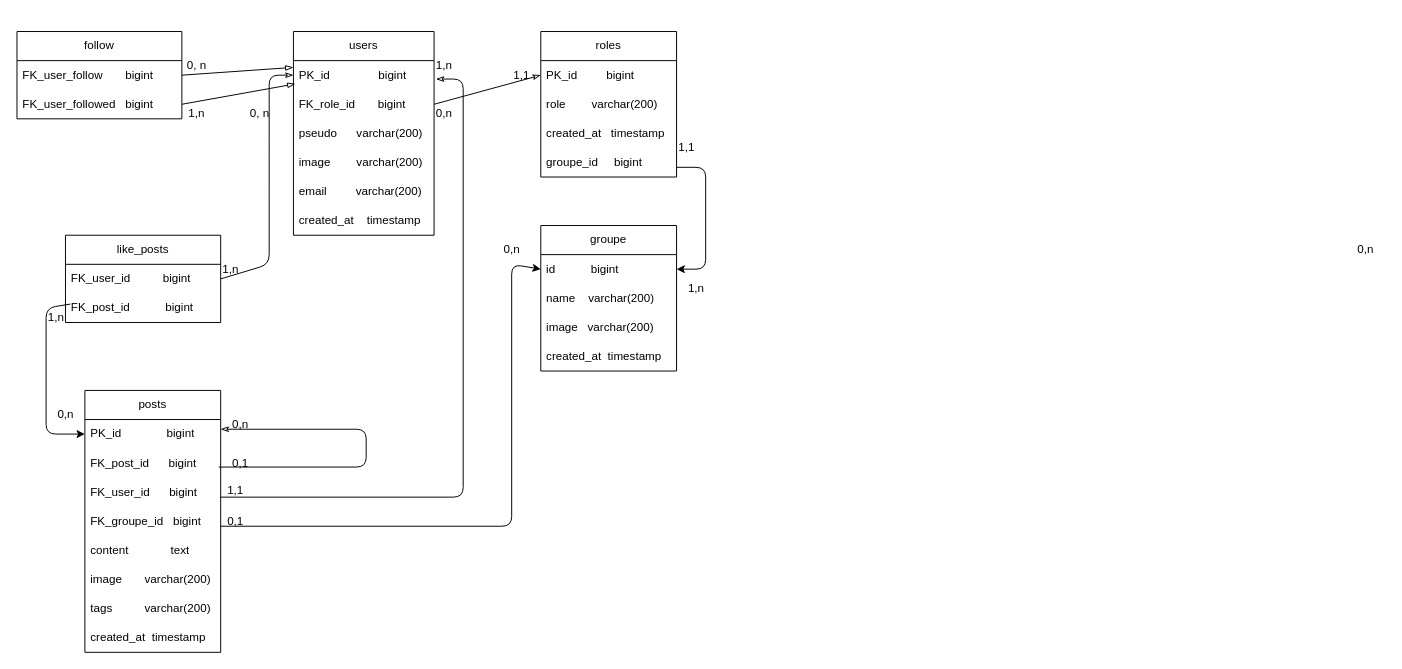
The draw.io diagram MPD.drawio in SFaucher26/brief4, before the edit. Source tidied: cells renumbered, new cells numbered last; positions are measured from the earlier drawing's top-left corner, leaving out a move shared by most shapes. Both pictures are drawn from the tidied source at 97%, with x=0, y=0 at pixel (16, 31).
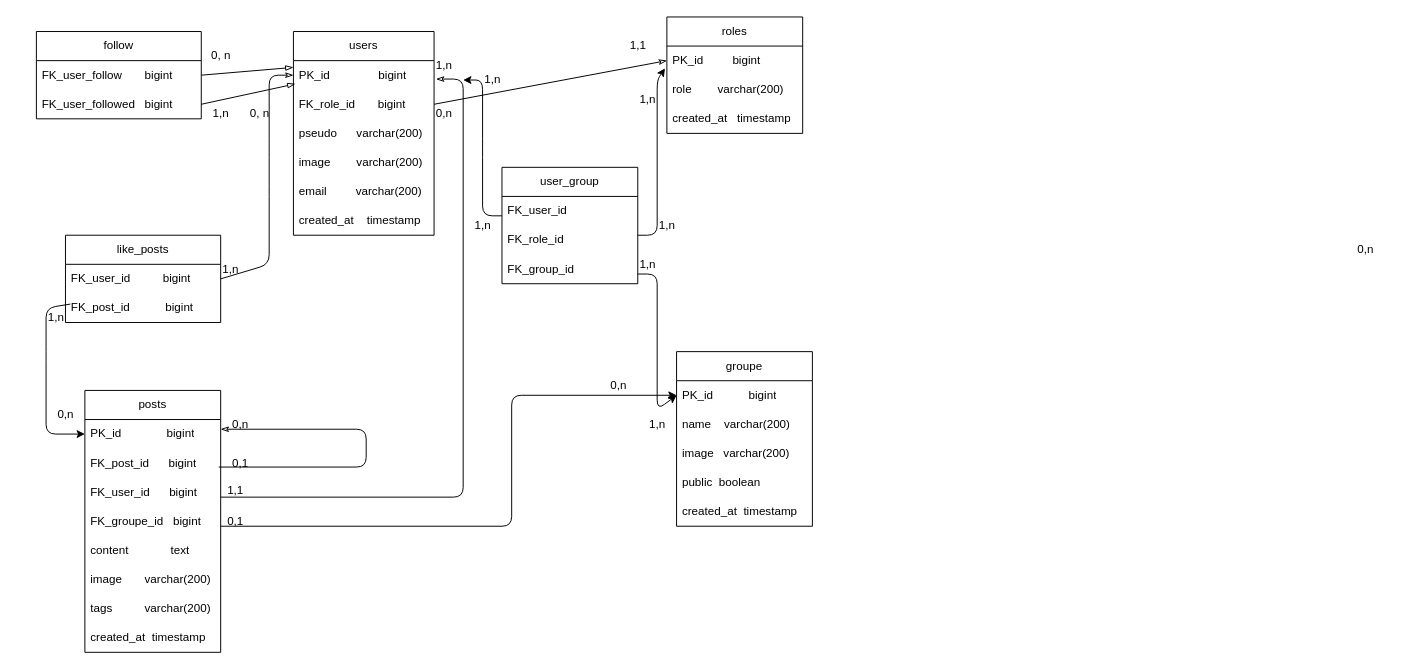
After the change.

Unchanged cells that the change refers to:
```xml
<mxCell id="19" value="PK_id&amp;nbsp; &amp;nbsp; &amp;nbsp; &amp;nbsp; &amp;nbsp;bigint" style="text;strokeColor=none;fillColor=none;align=left;verticalAlign=middle;spacingLeft=4;spacingRight=4;overflow=hidden;points=[[0,0.5],[1,0.5]];portConstraint=eastwest;whiteSpace=wrap;html=1;" parent="18" vertex="1">
  <mxGeometry y="30" width="140" height="30" as="geometry" />
</mxCell>
```

Diff of the diagram source:
```diff
@@
     <mxCell id="18" value="roles" style="swimlane;fontStyle=0;horizontal=1;startSize=30;whiteSpace=wrap;html=1;" parent="1" vertex="1">
-      <mxGeometry x="540" width="140" height="150" as="geometry" />
+      <mxGeometry x="670" y="-15" width="140" height="120" as="geometry" />
     </mxCell>
@@
-    <mxCell id="22" value="groupe_id&amp;nbsp; &amp;nbsp; &amp;nbsp;bigint" style="text;strokeColor=none;fillColor=none;align=left;verticalAlign=middle;spacingLeft=4;spacingRight=4;overflow=hidden;whiteSpace=wrap;html=1;" parent="18" vertex="1">
-      <mxGeometry y="120" width="140" height="30" as="geometry" />
-    </mxCell>
@@
     <mxCell id="28" value="0, n" style="text;html=1;align=center;verticalAlign=middle;strokeColor=none;fillColor=none;" parent="1" vertex="1">
-      <mxGeometry x="165" y="20" width="40" height="30" as="geometry" />
+      <mxGeometry x="190" y="10" width="40" height="30" as="geometry" />
     </mxCell>
@@
     <mxCell id="39" value="1,1" style="text;html=1;align=center;verticalAlign=middle;strokeColor=none;fillColor=none;" parent="1" vertex="1">
-      <mxGeometry x="500" y="30" width="40" height="30" as="geometry" />
+      <mxGeometry x="620" width="40" height="30" as="geometry" />
     </mxCell>
@@
     <mxCell id="41" value="follow" style="swimlane;fontStyle=0;horizontal=1;startSize=30;whiteSpace=wrap;html=1;" parent="1" vertex="1">
-      <mxGeometry width="170" height="90" as="geometry" />
+      <mxGeometry x="20" width="170" height="90" as="geometry" />
     </mxCell>
@@
     <mxCell id="46" value="groupe" style="swimlane;fontStyle=0;horizontal=1;startSize=30;whiteSpace=wrap;html=1;" parent="1" vertex="1">
-      <mxGeometry x="540" y="200" width="140" height="150" as="geometry" />
+      <mxGeometry x="680" y="330" width="140" height="180" as="geometry" />
     </mxCell>
-    <mxCell id="47" value="id&amp;nbsp; &amp;nbsp; &amp;nbsp; &amp;nbsp; &amp;nbsp; &amp;nbsp;bigint" style="text;strokeColor=none;fillColor=none;align=left;verticalAlign=middle;spacingLeft=4;spacingRight=4;overflow=hidden;points=[[0,0.5],[1,0.5]];portConstraint=eastwest;whiteSpace=wrap;html=1;" parent="46" vertex="1">
+    <mxCell id="47" value="PK_id&amp;nbsp; &amp;nbsp; &amp;nbsp; &amp;nbsp; &amp;nbsp; &amp;nbsp;bigint" style="text;strokeColor=none;fillColor=none;align=left;verticalAlign=middle;spacingLeft=4;spacingRight=4;overflow=hidden;points=[[0,0.5],[1,0.5]];portConstraint=eastwest;whiteSpace=wrap;html=1;" parent="46" vertex="1">
       <mxGeometry y="30" width="140" height="30" as="geometry" />
     </mxCell>
@@
+    <mxCell id="60" value="public&amp;nbsp; boolean" style="text;strokeColor=none;fillColor=none;align=left;verticalAlign=middle;spacingLeft=4;spacingRight=4;overflow=hidden;whiteSpace=wrap;html=1;" parent="46" vertex="1">
+      <mxGeometry y="120" width="140" height="30" as="geometry" />
+    </mxCell>
     <mxCell id="50" value="created_at&amp;nbsp; timestamp" style="text;strokeColor=none;fillColor=none;align=left;verticalAlign=middle;spacingLeft=4;spacingRight=4;overflow=hidden;whiteSpace=wrap;html=1;" parent="46" vertex="1">
-      <mxGeometry y="120" width="140" height="30" as="geometry" />
+      <mxGeometry y="150" width="140" height="30" as="geometry" />
     </mxCell>
     <mxCell id="51" style="endArrow=classic;html=1;entryX=0;entryY=0.5;entryDx=0;entryDy=0;" parent="1" edge="1" target="47">
       <mxGeometry relative="1" as="geometry">
         <mxPoint x="210" y="510" as="sourcePoint" />
         <Array as="points">
           <mxPoint x="510" y="510" />
-          <mxPoint x="510" y="240" />
+          <mxPoint x="510" y="375" />
         </Array>
       </mxGeometry>
     </mxCell>
@@
-    <mxCell id="54" style="endArrow=classic;html=1;entryX=1;entryY=0.5;entryDx=0;entryDy=0;" parent="1" edge="1" target="47">
-      <mxGeometry relative="1" as="geometry">
-        <mxPoint x="680" y="140" as="sourcePoint" />
-        <Array as="points">
-          <mxPoint x="710" y="140" />
-          <mxPoint x="710" y="245" />
-        </Array>
-      </mxGeometry>
-    </mxCell>
-    <mxCell id="55" value="1,1" style="text;html=1;align=center;verticalAlign=middle;strokeColor=none;fillColor=none;" parent="1" vertex="1">
-      <mxGeometry x="670" y="105" width="40" height="30" as="geometry" />
-    </mxCell>
-    <mxCell id="56" value="1,n" style="text;html=1;align=center;verticalAlign=middle;strokeColor=none;fillColor=none;" parent="1" vertex="1">
-      <mxGeometry x="680" y="250" width="40" height="30" as="geometry" />
-    </mxCell>
@@
     <mxCell id="58" value="1,n" style="text;html=1;align=center;verticalAlign=middle;strokeColor=none;fillColor=none;" parent="1" vertex="1">
-      <mxGeometry x="165" y="70" width="40" height="30" as="geometry" />
+      <mxGeometry x="190" y="70" width="40" height="30" as="geometry" />
     </mxCell>
     <mxCell id="59" value="0,n" style="text;html=1;align=center;verticalAlign=middle;strokeColor=none;fillColor=none;" parent="1" vertex="1">
-      <mxGeometry x="490" y="210" width="40" height="30" as="geometry" />
+      <mxGeometry x="600" y="350" width="40" height="30" as="geometry" />
     </mxCell>
+    <mxCell id="61" value="user_group" style="swimlane;fontStyle=0;horizontal=1;startSize=30;whiteSpace=wrap;html=1;" parent="1" vertex="1">
+      <mxGeometry x="500" y="140" width="140" height="120" as="geometry" />
+    </mxCell>
+    <mxCell id="62" style="endArrow=classic;html=1;" parent="61" edge="1">
+      <mxGeometry relative="1" as="geometry">
+        <mxPoint y="50" as="sourcePoint" />
+        <mxPoint x="-40" y="-90" as="targetPoint" />
+        <Array as="points">
+          <mxPoint x="-20" y="50" />
+          <mxPoint x="-20" y="-20" />
+          <mxPoint x="-20" y="-90" />
+        </Array>
+      </mxGeometry>
+    </mxCell>
+    <mxCell id="63" value="FK_user_id" style="text;strokeColor=none;fillColor=none;align=left;verticalAlign=middle;spacingLeft=4;spacingRight=4;overflow=hidden;whiteSpace=wrap;html=1;" parent="61" vertex="1">
+      <mxGeometry y="30" width="140" height="30" as="geometry" />
+    </mxCell>
+    <mxCell id="64" value="FK_role_id" style="text;strokeColor=none;fillColor=none;align=left;verticalAlign=middle;spacingLeft=4;spacingRight=4;overflow=hidden;whiteSpace=wrap;html=1;" parent="61" vertex="1">
+      <mxGeometry y="60" width="140" height="30" as="geometry" />
+    </mxCell>
+    <mxCell id="65" value="FK_group_id" style="text;strokeColor=none;fillColor=none;align=left;verticalAlign=middle;spacingLeft=4;spacingRight=4;overflow=hidden;whiteSpace=wrap;html=1;" parent="61" vertex="1">
+      <mxGeometry y="90" width="140" height="30" as="geometry" />
+    </mxCell>
+    <mxCell id="66" style="endArrow=classic;html=1;entryX=-0.014;entryY=0.767;entryDx=0;entryDy=0;entryPerimeter=0;" parent="1" edge="1" target="19">
+      <mxGeometry relative="1" as="geometry">
+        <mxPoint x="640" y="210" as="sourcePoint" />
+        <Array as="points">
+          <mxPoint x="660" y="210" />
+          <mxPoint x="660" y="50" />
+        </Array>
+      </mxGeometry>
+    </mxCell>
+    <mxCell id="67" style="endArrow=classic;html=1;entryX=0;entryY=0.5;entryDx=0;entryDy=0;" parent="1" edge="1" target="47">
+      <mxGeometry relative="1" as="geometry">
+        <mxPoint x="640" y="250" as="sourcePoint" />
+        <Array as="points">
+          <mxPoint x="660" y="250" />
+          <mxPoint x="660" y="390" />
+        </Array>
+      </mxGeometry>
+    </mxCell>
+    <mxCell id="68" value="1,n" style="text;html=1;align=center;verticalAlign=middle;strokeColor=none;fillColor=none;" parent="1" vertex="1">
+      <mxGeometry x="640" y="390" width="40" height="30" as="geometry" />
+    </mxCell>
+    <mxCell id="69" value="1,n" style="text;html=1;align=center;verticalAlign=middle;strokeColor=none;fillColor=none;" parent="1" vertex="1">
+      <mxGeometry x="630" y="225" width="40" height="30" as="geometry" />
+    </mxCell>
+    <mxCell id="70" value="1,n" style="text;html=1;align=center;verticalAlign=middle;strokeColor=none;fillColor=none;" parent="1" vertex="1">
+      <mxGeometry x="470" y="35" width="40" height="30" as="geometry" />
+    </mxCell>
+    <mxCell id="71" value="1,n" style="text;html=1;align=center;verticalAlign=middle;strokeColor=none;fillColor=none;" parent="1" vertex="1">
+      <mxGeometry x="460" y="185" width="40" height="30" as="geometry" />
+    </mxCell>
+    <mxCell id="72" value="1,n" style="text;html=1;align=center;verticalAlign=middle;strokeColor=none;fillColor=none;" parent="1" vertex="1">
+      <mxGeometry x="650" y="185" width="40" height="30" as="geometry" />
+    </mxCell>
+    <mxCell id="73" value="1,n" style="text;html=1;align=center;verticalAlign=middle;strokeColor=none;fillColor=none;" parent="1" vertex="1">
+      <mxGeometry x="630" y="55" width="40" height="30" as="geometry" />
+    </mxCell>
```
